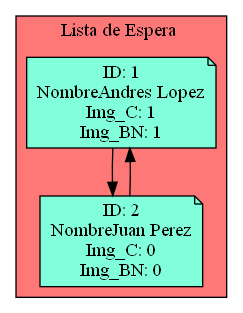
Earlier version of the Graphviz export Circular_Doble_espera.png (Serch-ING/EDD_UDRAWING_202000119). Its source is kept beside it as Circular_Doble_espera.dot.
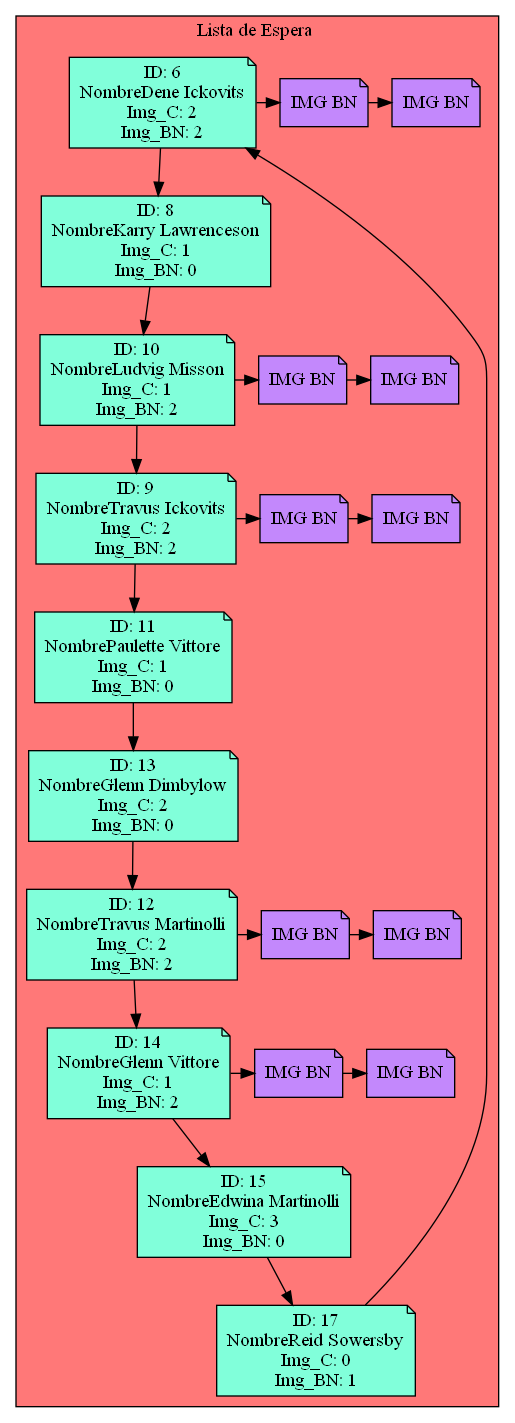
After the commit.

The edit, as a diff of the source:
```diff
@@ -3,16 +3,85 @@
 subgraph cluster_p{
     label= "Lista de Espera "
     bgcolor = "#FF7878"
-Nodo153245266[label="ID: 1
-NombreAndres Lopez
+Nodo422396878[label="ID: 6
+NombreDene Ickovits
+Img_C: 2
+Img_BN: 2",fillcolor="#81FFDA"]
+Nodo306115458[label="ID: 8
+NombreKarry Lawrenceson
 Img_C: 1
-Img_BN: 1",fillcolor="#81FFDA"]
-Nodo1781071780[label="ID: 2
-NombreJuan Perez
 Img_C: 0
 Img_BN: 0",fillcolor="#81FFDA"]
+Nodo369049246[label="ID: 10
+NombreLudvig Misson
+Img_C: 1
+Img_BN: 2",fillcolor="#81FFDA"]
+Nodo1608297024[label="ID: 9
+NombreTravus Ickovits
+Img_C: 2
+Img_BN: 2",fillcolor="#81FFDA"]
+Nodo1002021887[label="ID: 11
+NombrePaulette Vittore
+Img_C: 1
+Img_BN: 0",fillcolor="#81FFDA"]
+Nodo899644639[label="ID: 13
+NombreGlenn Dimbylow
+Img_C: 2
+Img_BN: 0",fillcolor="#81FFDA"]
+Nodo1337335626[label="ID: 12
+NombreTravus Martinolli
+Img_C: 2
+Img_BN: 2",fillcolor="#81FFDA"]
+Nodo1803669141[label="ID: 14
+NombreGlenn Vittore
+Img_C: 1
+Img_BN: 2",fillcolor="#81FFDA"]
+Nodo232307208[label="ID: 15
+NombreEdwina Martinolli
+Img_C: 3
+Img_BN: 0",fillcolor="#81FFDA"]
+Nodo762476028[label="ID: 17
+NombreReid Sowersby
+Img_C: 0
+Img_BN: 1",fillcolor="#81FFDA"]
 
-Nodo153245266 -> Nodo1781071780
+Nodo422396878 -> Nodo306115458
+Nodo422396878->Nodo42239687800001
+Nodo42239687800001[label="IMG BN",fillcolor="#C388FC"]Nodo42239687800001->Nodo42239687800002
+Nodo42239687800002[label="IMG BN",fillcolor="#C388FC"]
+{rank=same;Nodo422396878,Nodo42239687800001,Nodo42239687800002}
+Nodo306115458 -> Nodo369049246
 
-Nodo1781071780 -> Nodo153245266
-}}
+{rank=same;Nodo306115458}
+Nodo369049246 -> Nodo1608297024
+Nodo369049246->Nodo36904924600001
+Nodo36904924600001[label="IMG BN",fillcolor="#C388FC"]Nodo36904924600001->Nodo36904924600002
+Nodo36904924600002[label="IMG BN",fillcolor="#C388FC"]
+{rank=same;Nodo369049246,Nodo36904924600001,Nodo36904924600002}
+Nodo1608297024 -> Nodo1002021887
+Nodo1608297024->Nodo160829702400001
+Nodo160829702400001[label="IMG BN",fillcolor="#C388FC"]Nodo160829702400001->Nodo160829702400002
+Nodo160829702400002[label="IMG BN",fillcolor="#C388FC"]
+{rank=same;Nodo1608297024,Nodo160829702400001,Nodo160829702400002}
+Nodo1002021887 -> Nodo899644639
+
+{rank=same;Nodo1002021887}
+Nodo899644639 -> Nodo1337335626
+
+{rank=same;Nodo899644639}
+Nodo1337335626 -> Nodo1803669141
+Nodo1337335626->Nodo133733562600001
+Nodo133733562600001[label="IMG BN",fillcolor="#C388FC"]Nodo133733562600001->Nodo133733562600002
+Nodo133733562600002[label="IMG BN",fillcolor="#C388FC"]
+{rank=same;Nodo1337335626,Nodo133733562600001,Nodo133733562600002}
+Nodo1803669141 -> Nodo232307208
+Nodo1803669141->Nodo180366914100001
+Nodo180366914100001[label="IMG BN",fillcolor="#C388FC"]Nodo180366914100001->Nodo180366914100002
+Nodo180366914100002[label="IMG BN",fillcolor="#C388FC"]
+{rank=same;Nodo1803669141,Nodo180366914100001,Nodo180366914100002}
+Nodo232307208 -> Nodo762476028
+
+{rank=same;Nodo232307208}
+Nodo762476028 -> Nodo422396878
+
+{rank=same;Nodo762476028}}}
```
